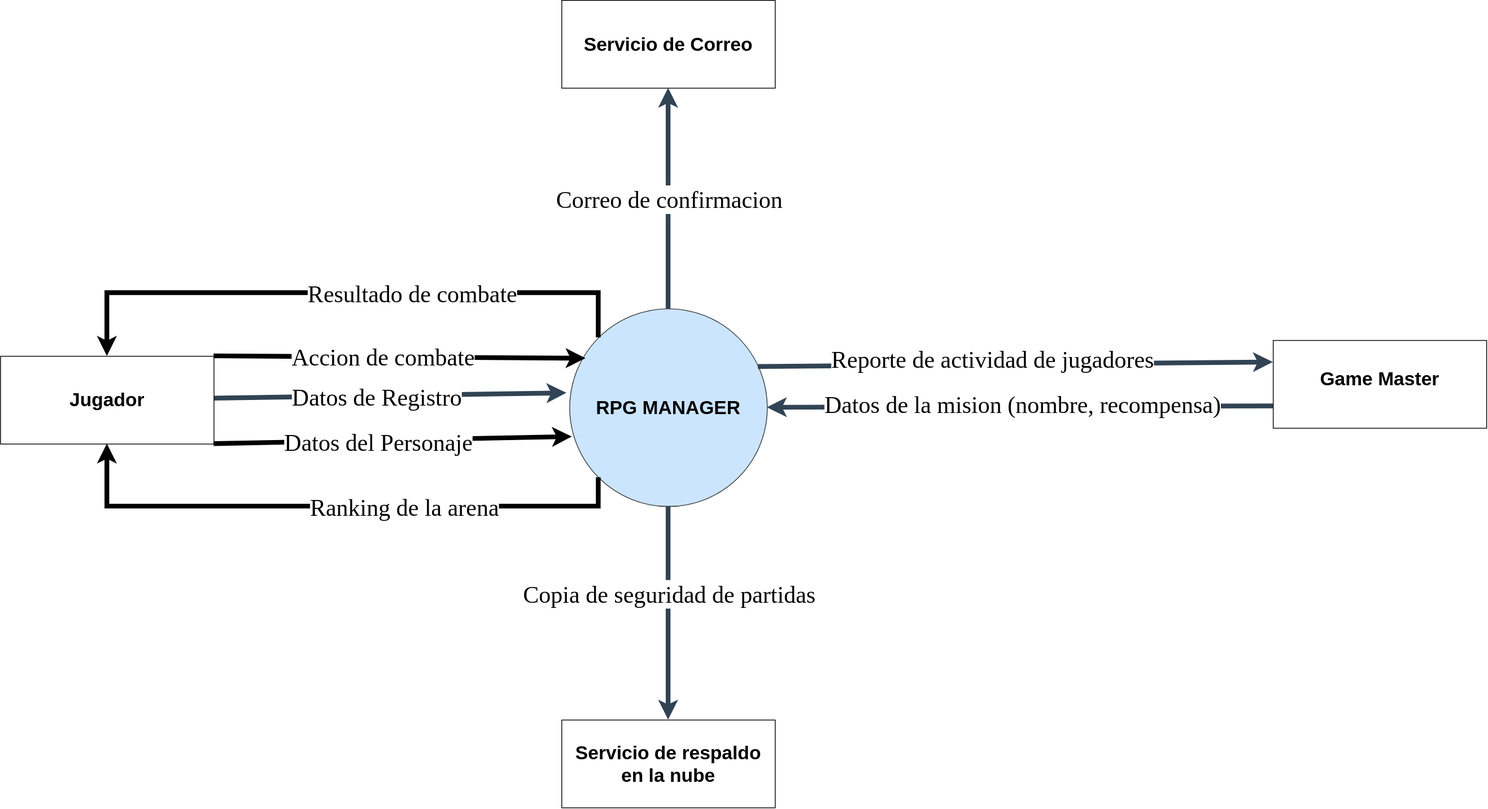
Before: Bloque0_Juan_Delgado.drawio.svg, a diagram exported from draw.io (DevJD03/Taller_Diagramas_DrawIO_RPGManager_Juan-Delgado). Source tidied: cells renumbered, new cells last; positions are measured from the earlier drawing's top-left corner, leaving out a move shared by most shapes.
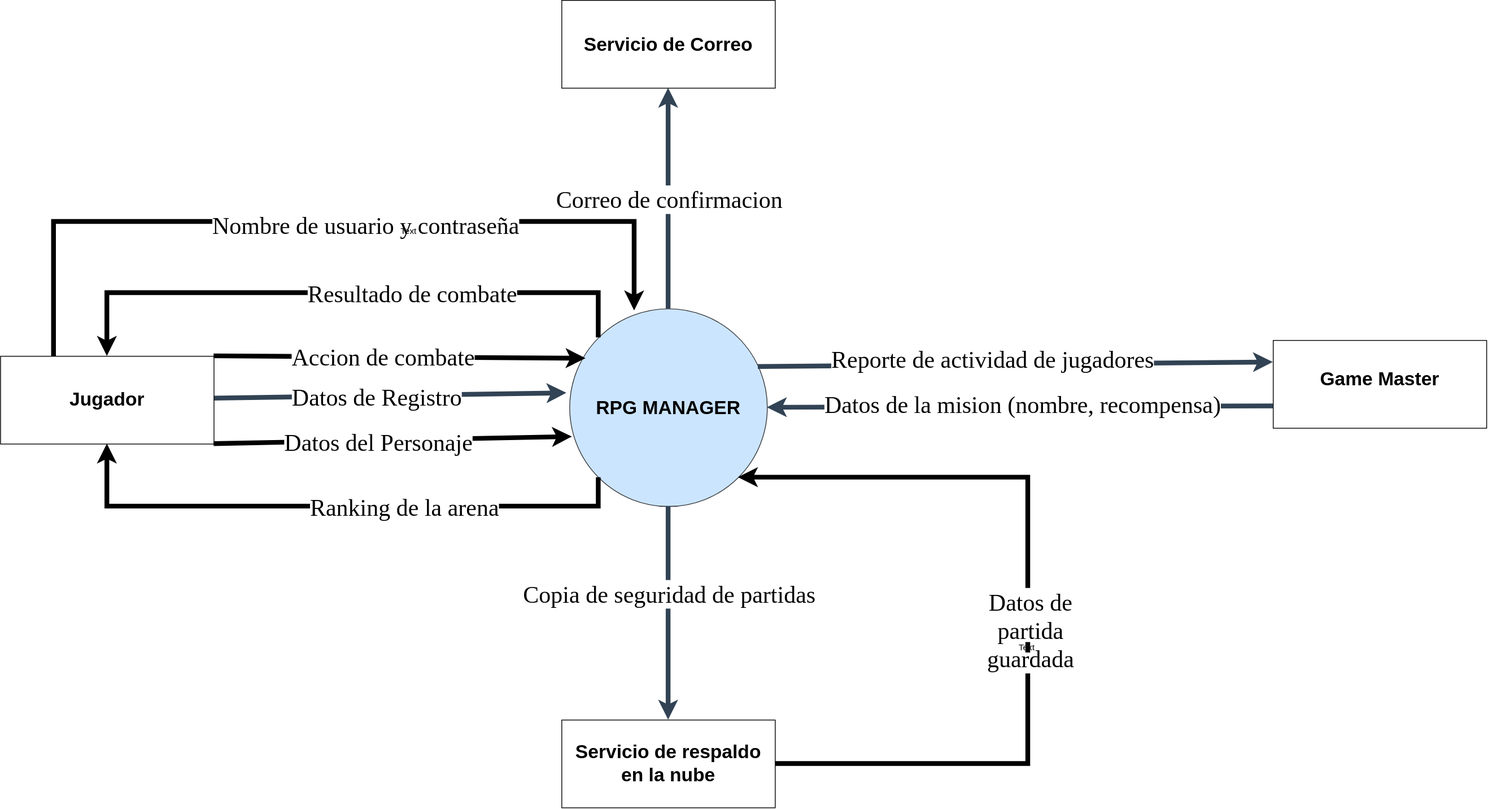
The same diagram one commit later.

Change to the diagram source:
```diff
@@ -19,6 +19,20 @@
     <mxCell id="6" value="&lt;h1&gt;Game Master&lt;/h1&gt;&lt;div&gt;&lt;br&gt;&lt;/div&gt;" style="rounded=0;whiteSpace=wrap;html=1;fillColor=light-dark(#FFFFFF,#B7D894);fontColor=light-dark(#000000,#000000);" parent="1" vertex="1">
       <mxGeometry x="1610" y="430" width="270" height="111" as="geometry" />
     </mxCell>
+    <mxCell id="25" style="edgeStyle=orthogonalEdgeStyle;rounded=0;jettySize=auto;html=1;exitX=1;exitY=0.5;exitDx=0;exitDy=0;entryX=1;entryY=1;entryDx=0;entryDy=0;defaultLabelBackgroundColor=page;strokeWidth=6;strokeColor=light-dark(#000000,#36415A);" parent="1" edge="1" source="7" target="2">
+      <mxGeometry relative="1" as="geometry">
+        <Array as="points">
+          <mxPoint x="1300" y="965.5" />
+          <mxPoint x="1300" y="603.4" />
+        </Array>
+      </mxGeometry>
+    </mxCell>
+    <mxCell id="26" value="&lt;span id=&quot;docs-internal-guid-ecf82466-7fff-10eb-0aea-1e96764e91cb&quot;&gt;&lt;span style=&quot;color: rgb(0, 0, 0); background-color: transparent; font-variant: normal; vertical-align: baseline; white-space: pre-wrap;&quot;&gt;&lt;font style=&quot;font-size: 30px;&quot; face=&quot;Times New Roman&quot;&gt;Datos de partida guardada&lt;/font&gt;&lt;/span&gt;&lt;/span&gt;" style="edgeLabel;html=1;align=center;verticalAlign=middle;inheritText=1;defaultLabelBackgroundColor=page;" parent="25" vertex="1">
+      <mxGeometry x="-0.07" y="-2" relative="1" as="geometry" />
+    </mxCell>
+    <mxCell id="27" value="Text" style="edgeLabel;html=1;align=center;verticalAlign=middle;inheritText=1;defaultLabelBackgroundColor=page;" parent="25" vertex="1">
+      <mxGeometry x="-0.11" y="3" relative="1" as="geometry" />
+    </mxCell>
     <mxCell id="7" value="&lt;h1&gt;Servicio de respaldo en la nube&lt;/h1&gt;" style="rounded=0;whiteSpace=wrap;html=1;fillColor=light-dark(#FFFFFF,#B7D894);fontColor=light-dark(#000000,#000000);" parent="1" vertex="1">
       <mxGeometry x="710" y="910" width="270" height="111" as="geometry" />
     </mxCell>
@@ -99,5 +113,19 @@
         <mxPoint x="-1" y="22" as="offset" />
       </mxGeometry>
     </mxCell>
+    <mxCell id="28" style="edgeStyle=orthogonalEdgeStyle;rounded=0;jettySize=auto;html=1;exitX=0.25;exitY=0;exitDx=0;exitDy=0;entryX=0.328;entryY=0.01;entryDx=0;entryDy=0;entryPerimeter=0;defaultLabelBackgroundColor=page;strokeWidth=6;strokeColor=light-dark(#000000,#36415A);" parent="1" edge="1" source="5" target="2">
+      <mxGeometry x="-0.22" relative="1" as="geometry">
+        <Array as="points">
+          <mxPoint x="67.5" y="280" />
+          <mxPoint x="802" y="280" />
+        </Array>
+      </mxGeometry>
+    </mxCell>
+    <mxCell id="29" value="&lt;font style=&quot;font-size: 30px;&quot; face=&quot;Times New Roman&quot;&gt;Nombre de usuario y contraseña&lt;/font&gt;" style="edgeLabel;html=1;align=center;verticalAlign=middle;inheritText=1;defaultLabelBackgroundColor=page;" parent="28" vertex="1">
+      <mxGeometry x="0.11" y="-4" relative="1" as="geometry" />
+    </mxCell>
+    <mxCell id="30" value="Text" style="edgeLabel;html=1;align=center;verticalAlign=middle;inheritText=1;defaultLabelBackgroundColor=page;" parent="28" vertex="1">
+      <mxGeometry x="0.22" y="-11" relative="1" as="geometry" />
+    </mxCell>
   </root>
 </mxGraphModel>
```
